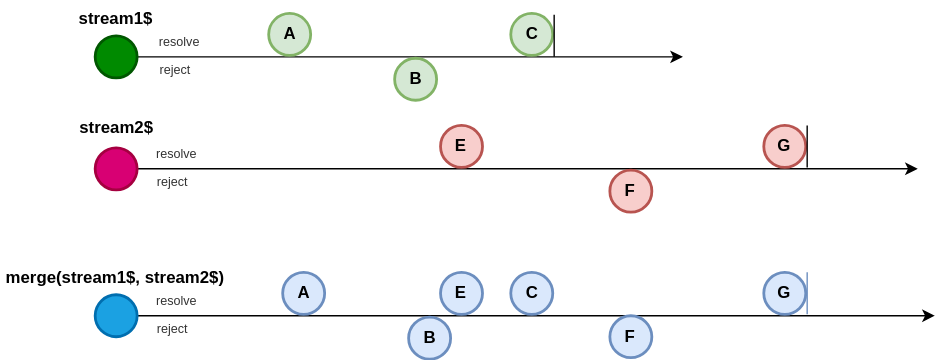
Above: docs/public/merge.drawio.svg in fluthjs/fluth-doc (draw.io), before the change. Source tidied: cells renumbered, new cells last; positions are measured from the earlier drawing's top-left corner, leaving out a move shared by most shapes.
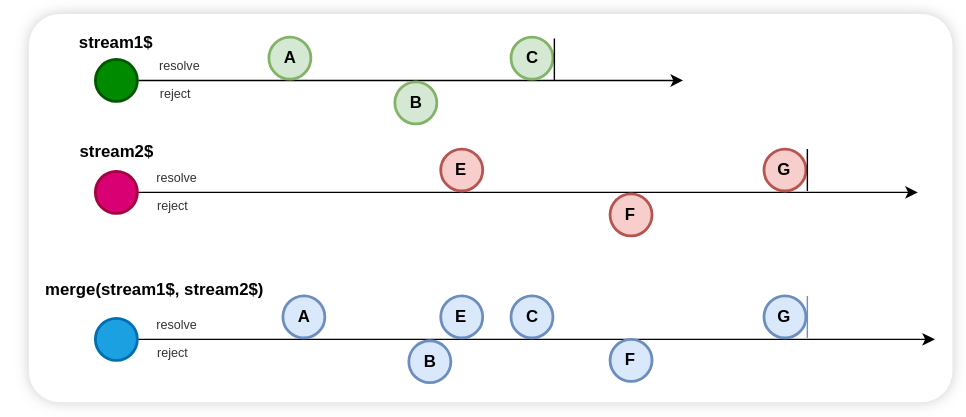
The same file after the commit.

Change to the diagram source:
```diff
@@ -2,6 +2,9 @@
   <root>
     <mxCell id="0" />
     <mxCell id="1" parent="0" />
+    <mxCell id="32" style="rounded=1;whiteSpace=wrap;html=1;fontFamily=Helvetica;fontSize=11;fontColor=default;labelBackgroundColor=default;arcSize=8;shadow=1;glass=0;strokeColor=none;shadowOffsetX=0;shadowOffsetY=0;shadowBlur=5;shadowColor=#333333;" parent="1" vertex="1">
+      <mxGeometry x="20" y="-7.5" width="660" height="277.5" as="geometry" />
+    </mxCell>
     <mxCell id="2" style="edgeStyle=orthogonalEdgeStyle;rounded=0;jettySize=auto;html=1;" parent="1" edge="1" source="3">
       <mxGeometry relative="1" as="geometry">
         <mxPoint x="487.5" y="40" as="targetPoint" />
@@ -58,7 +61,7 @@
       </mxGeometry>
     </mxCell>
     <mxCell id="16" value="merge(stream1$, stream2$)" style="text;whiteSpace=wrap;strokeWidth=1;fontStyle=1;" parent="1" vertex="1">
-      <mxGeometry x="1.8" y="184" width="161.5" height="24" as="geometry" />
+      <mxGeometry x="30" y="176" width="161.5" height="24" as="geometry" />
     </mxCell>
     <mxCell id="17" style="edgeStyle=orthogonalEdgeStyle;rounded=0;jettySize=auto;html=1;" parent="1" edge="1" source="18">
       <mxGeometry relative="1" as="geometry">
```
